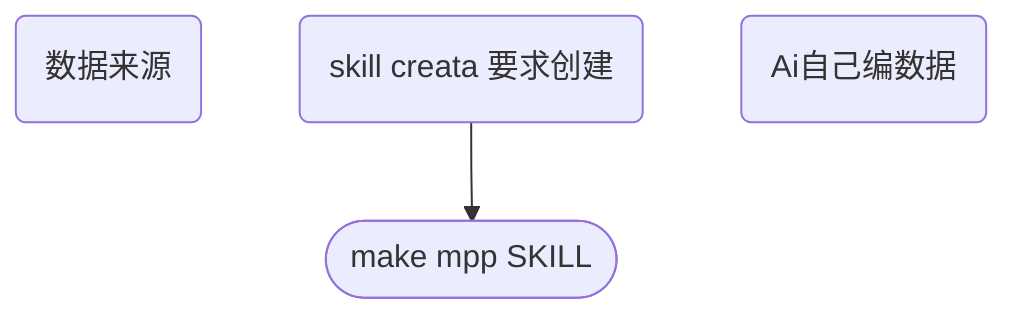
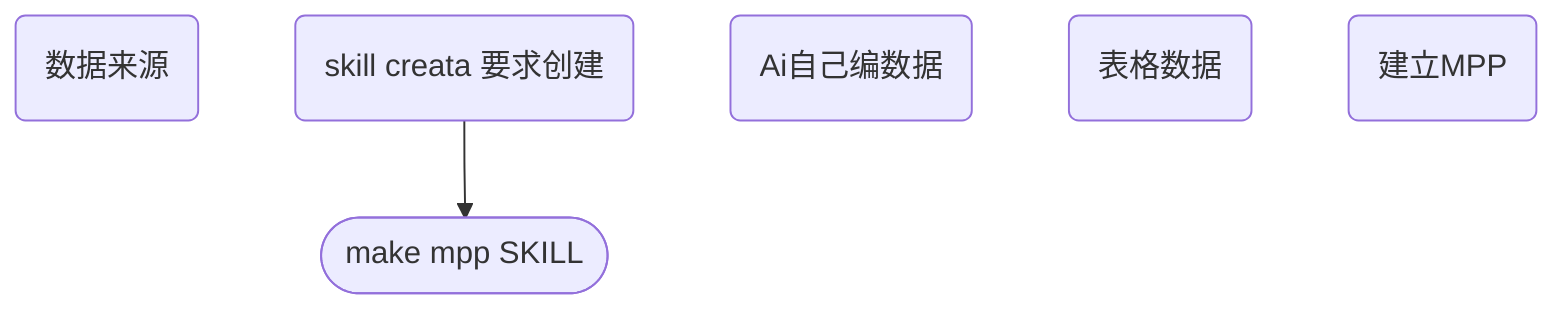
flowchart TD
  n_0(["make mpp SKILL"])
  n_1("数据来源")
  n_2("skill  creata 要求创建")
  n_3("Ai自己编数据")
+   n_4("表格数据")
+   n_5("建立MPP")
  n_2 --> n_0
